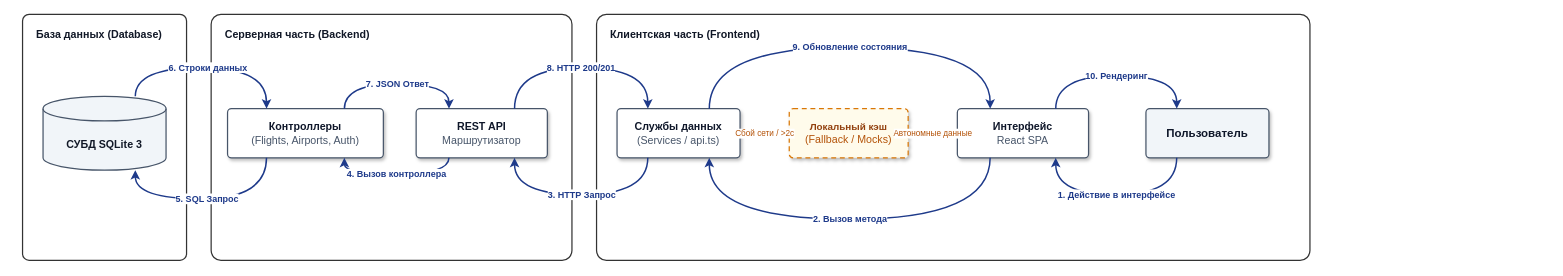
Shonni123/RPI_Kurs keeps this draw.io diagram as docs/request_flow_diagram.drawio. Above is the earlier version. Source tidied: cells renumbered, new cells numbered last; positions are measured from the earlier drawing's top-left corner, leaving out a move shared by most shapes. Both pictures are drawn from the tidied source at 82%, with x=0, y=0 at pixel (22, 14).
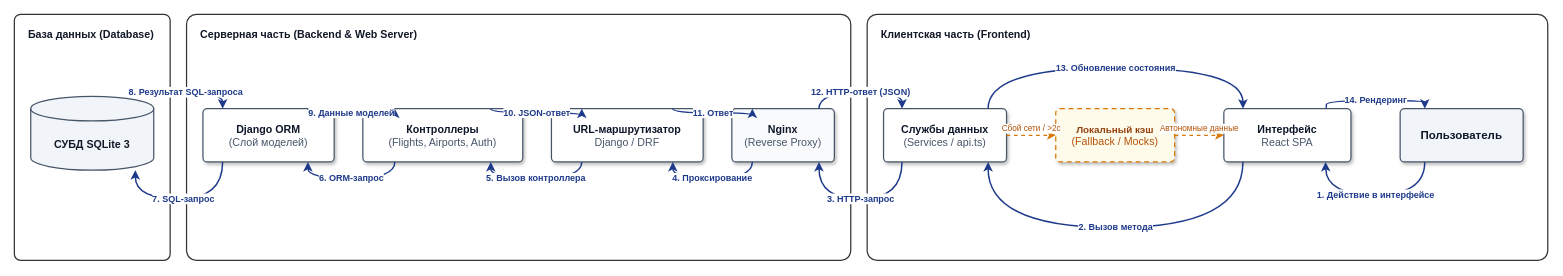
The same page after the edit.

Change to the diagram source:
```diff
@@
     <mxCell id="2" value="База данных (Database)" style="rounded=1;whiteSpace=wrap;html=1;arcSize=4;fillColor=#FFFFFF;strokeColor=#333333;strokeWidth=1.5;verticalAlign=top;align=left;spacingLeft=15;spacingTop=10;fontStyle=1;fontSize=13;fontColor=#111827;" parent="1" vertex="1">
-      <mxGeometry width="200" height="300" as="geometry" />
+      <mxGeometry x="-10" width="190" height="300" as="geometry" />
     </mxCell>
     <mxCell id="3" value="&lt;b&gt;СУБД SQLite 3&lt;/b&gt;" style="shape=cylinder3;whiteSpace=wrap;html=1;boundedLbl=1;backgroundOutline=1;size=15;fillColor=#F1F5F9;strokeColor=#475569;strokeWidth=1.5;fontColor=#111827;fontSize=13;" parent="1" vertex="1">
-      <mxGeometry x="25" y="100" width="150" height="90" as="geometry" />
+      <mxGeometry x="10" y="100" width="150" height="90" as="geometry" />
     </mxCell>
-    <mxCell id="4" value="Серверная часть (Backend)" style="rounded=1;whiteSpace=wrap;html=1;arcSize=4;fillColor=#FFFFFF;strokeColor=#333333;strokeWidth=1.5;verticalAlign=top;align=left;spacingLeft=15;spacingTop=10;fontStyle=1;fontSize=13;fontColor=#111827;" parent="1" vertex="1">
-      <mxGeometry x="230" width="440" height="300" as="geometry" />
+    <mxCell id="4" value="Серверная часть (Backend &amp; Web Server)" style="rounded=1;whiteSpace=wrap;html=1;arcSize=4;fillColor=#FFFFFF;strokeColor=#333333;strokeWidth=1.5;verticalAlign=top;align=left;spacingLeft=15;spacingTop=10;fontStyle=1;fontSize=13;fontColor=#111827;" parent="1" vertex="1">
+      <mxGeometry x="200" width="810" height="300" as="geometry" />
     </mxCell>
+    <mxCell id="24" value="&lt;b&gt;Django ORM&lt;/b&gt;&lt;br&gt;&lt;font color=&quot;#475569&quot; size=&quot;2&quot;&gt;(Слой моделей)&lt;/font&gt;" style="rounded=1;whiteSpace=wrap;html=1;arcSize=8;fillColor=#FFFFFF;strokeColor=#475569;strokeWidth=1.5;fontColor=#0F172A;fontSize=13;shadow=1;" parent="1" vertex="1">
+      <mxGeometry x="220" y="115" width="160" height="65" as="geometry" />
+    </mxCell>
     <mxCell id="5" value="&lt;b&gt;Контроллеры&lt;/b&gt;&lt;br&gt;&lt;font color=&quot;#475569&quot; size=&quot;2&quot;&gt;(Flights, Airports, Auth)&lt;/font&gt;" style="rounded=1;whiteSpace=wrap;html=1;arcSize=8;fillColor=#FFFFFF;strokeColor=#475569;strokeWidth=1.5;fontColor=#0F172A;fontSize=13;shadow=1;" parent="1" vertex="1">
-      <mxGeometry x="250" y="115" width="190" height="60" as="geometry" />
+      <mxGeometry x="415" y="115" width="195" height="65" as="geometry" />
     </mxCell>
-    <mxCell id="6" value="&lt;b&gt;REST API&lt;/b&gt;&lt;br&gt;&lt;font color=&quot;#475569&quot; size=&quot;2&quot;&gt;Маршрутизатор&lt;/font&gt;" style="rounded=1;whiteSpace=wrap;html=1;arcSize=8;fillColor=#FFFFFF;strokeColor=#475569;strokeWidth=1.5;fontColor=#0F172A;fontSize=13;shadow=1;" parent="1" vertex="1">
-      <mxGeometry x="480" y="115" width="160" height="60" as="geometry" />
+    <mxCell id="6" value="&lt;b&gt;URL-маршрутизатор&lt;/b&gt;&lt;br&gt;&lt;font color=&quot;#475569&quot; size=&quot;2&quot;&gt;Django / DRF&lt;/font&gt;" style="rounded=1;whiteSpace=wrap;html=1;arcSize=8;fillColor=#FFFFFF;strokeColor=#475569;strokeWidth=1.5;fontColor=#0F172A;fontSize=13;shadow=1;" parent="1" vertex="1">
+      <mxGeometry x="645" y="115" width="185" height="65" as="geometry" />
     </mxCell>
+    <mxCell id="25" value="&lt;b&gt;Nginx&lt;/b&gt;&lt;br&gt;&lt;font color=&quot;#475569&quot; size=&quot;2&quot;&gt;(Reverse Proxy)&lt;/font&gt;" style="rounded=1;whiteSpace=wrap;html=1;arcSize=8;fillColor=#F8FAFC;strokeColor=#475569;strokeWidth=1.5;fontColor=#0F172A;fontSize=13;shadow=1;" parent="1" vertex="1">
+      <mxGeometry x="865" y="115" width="125" height="65" as="geometry" />
+    </mxCell>
     <mxCell id="7" value="Клиентская часть (Frontend)" style="rounded=1;whiteSpace=wrap;html=1;arcSize=4;fillColor=#FFFFFF;strokeColor=#333333;strokeWidth=1.5;verticalAlign=top;align=left;spacingLeft=15;spacingTop=10;fontStyle=1;fontSize=13;fontColor=#111827;" parent="1" vertex="1">
-      <mxGeometry x="700" width="870" height="300" as="geometry" />
+      <mxGeometry x="1030" width="830" height="300" as="geometry" />
     </mxCell>
     <mxCell id="8" value="&lt;b&gt;Службы данных&lt;/b&gt;&lt;br&gt;&lt;font color=&quot;#475569&quot; size=&quot;2&quot;&gt;(Services / api.ts)&lt;/font&gt;" style="rounded=1;whiteSpace=wrap;html=1;arcSize=8;fillColor=#FFFFFF;strokeColor=#475569;strokeWidth=1.5;fontColor=#0F172A;fontSize=13;shadow=1;" parent="1" vertex="1">
-      <mxGeometry x="725" y="115" width="150" height="60" as="geometry" />
+      <mxGeometry x="1050" y="115" width="150" height="65" as="geometry" />
     </mxCell>
     <mxCell id="9" value="&lt;b&gt;Локальный кэш&lt;/b&gt;&lt;br&gt;&lt;font color=&quot;#B45309&quot; size=&quot;2&quot;&gt;(Fallback / Mocks)&lt;/font&gt;" style="rounded=1;whiteSpace=wrap;html=1;arcSize=8;dashed=1;dashPattern=4 3;fillColor=#FFFBEB;strokeColor=#D97706;strokeWidth=1.5;fontColor=#92400E;fontSize=12;shadow=1;" parent="1" vertex="1">
-      <mxGeometry x="935" y="115" width="145" height="60" as="geometry" />
+      <mxGeometry x="1260" y="115" width="145" height="65" as="geometry" />
     </mxCell>
     <mxCell id="10" value="&lt;b&gt;Интерфейс&lt;/b&gt;&lt;br&gt;&lt;font color=&quot;#475569&quot; size=&quot;2&quot;&gt;React SPA&lt;/font&gt;" style="rounded=1;whiteSpace=wrap;html=1;arcSize=8;fillColor=#FFFFFF;strokeColor=#475569;strokeWidth=1.5;fontColor=#0F172A;fontSize=13;shadow=1;" parent="1" vertex="1">
-      <mxGeometry x="1140" y="115" width="160" height="60" as="geometry" />
+      <mxGeometry x="1465" y="115" width="155" height="65" as="geometry" />
     </mxCell>
     <mxCell id="11" value="&lt;b&gt;Пользователь&lt;/b&gt;" style="rounded=1;whiteSpace=wrap;html=1;arcSize=8;fillColor=#F1F5F9;strokeColor=#475569;strokeWidth=1.5;fontColor=#0F172A;fontSize=14;shadow=1;" parent="1" vertex="1">
-      <mxGeometry x="1370" y="115" width="150" height="60" as="geometry" />
+      <mxGeometry x="1680" y="115" width="150" height="65" as="geometry" />
     </mxCell>
-    <mxCell id="12" value="1. Действие в интерфейсе" style="edgeStyle=orthogonalEdgeStyle;curved=1;jettySize=auto;html=1;exitX=0.25;exitY=1;entryX=0.75;entryY=1;strokeColor=#1E3A8A;strokeWidth=1.8;fontColor=#1E3A8A;fontStyle=1;fontSize=11;" parent="1" edge="1" source="11" target="10">
+    <mxCell id="12" value="1. Действие в интерфейсе" style="edgeStyle=orthogonalEdgeStyle;curved=1;jettySize=auto;html=1;exitX=0.2;exitY=1;entryX=0.8;entryY=1;strokeColor=#1E3A8A;strokeWidth=1.8;fontColor=#1E3A8A;fontStyle=1;fontSize=11;" parent="1" edge="1" source="11" target="10">
       <mxGeometry relative="1" as="geometry">
         <Array as="points">
-          <mxPoint x="1408" y="220" />
-          <mxPoint x="1260" y="220" />
+          <mxPoint x="1710" y="220" />
+          <mxPoint x="1590" y="220" />
         </Array>
       </mxGeometry>
     </mxCell>
-    <mxCell id="13" value="2. Вызов метода" style="edgeStyle=orthogonalEdgeStyle;curved=1;jettySize=auto;html=1;exitX=0.25;exitY=1;entryX=0.75;entryY=1;strokeColor=#1E3A8A;strokeWidth=1.8;fontColor=#1E3A8A;fontStyle=1;fontSize=11;" parent="1" edge="1" source="10" target="8">
+    <mxCell id="13" value="2. Вызов метода" style="edgeStyle=orthogonalEdgeStyle;curved=1;jettySize=auto;html=1;exitX=0.15;exitY=1;entryX=0.85;entryY=1;strokeColor=#1E3A8A;strokeWidth=1.8;fontColor=#1E3A8A;fontStyle=1;fontSize=11;" parent="1" edge="1" source="10" target="8">
       <mxGeometry relative="1" as="geometry">
         <Array as="points">
-          <mxPoint x="1180" y="250" />
-          <mxPoint x="838" y="250" />
+          <mxPoint x="1488" y="260" />
+          <mxPoint x="1178" y="260" />
         </Array>
       </mxGeometry>
     </mxCell>
-    <mxCell id="14" value="3. HTTP Запрос" style="edgeStyle=orthogonalEdgeStyle;curved=1;jettySize=auto;html=1;exitX=0.25;exitY=1;entryX=0.75;entryY=1;strokeColor=#1E3A8A;strokeWidth=1.8;fontColor=#1E3A8A;fontStyle=1;fontSize=11;" parent="1" edge="1" source="8" target="6">
+    <mxCell id="14" value="3. HTTP-запрос" style="edgeStyle=orthogonalEdgeStyle;curved=1;jettySize=auto;html=1;exitX=0.15;exitY=1;entryX=0.85;entryY=1;strokeColor=#1E3A8A;strokeWidth=1.8;fontColor=#1E3A8A;fontStyle=1;fontSize=11;" parent="1" edge="1" source="8" target="25">
       <mxGeometry relative="1" as="geometry">
         <Array as="points">
-          <mxPoint x="763" y="220" />
-          <mxPoint x="600" y="220" />
+          <mxPoint x="1072" y="225" />
+          <mxPoint x="971" y="225" />
         </Array>
       </mxGeometry>
     </mxCell>
-    <mxCell id="15" value="4. Вызов контроллера" style="edgeStyle=orthogonalEdgeStyle;curved=1;jettySize=auto;html=1;exitX=0.25;exitY=1;entryX=0.75;entryY=1;strokeColor=#1E3A8A;strokeWidth=1.8;fontColor=#1E3A8A;fontStyle=1;fontSize=11;" parent="1" edge="1" source="6" target="5">
+    <mxCell id="15" value="4. Проксирование" style="edgeStyle=orthogonalEdgeStyle;curved=1;jettySize=auto;html=1;exitX=0.2;exitY=1;entryX=0.8;entryY=1;strokeColor=#1E3A8A;strokeWidth=1.8;fontColor=#1E3A8A;fontStyle=1;fontSize=11;" parent="1" edge="1" source="25" target="6">
       <mxGeometry relative="1" as="geometry">
         <Array as="points">
-          <mxPoint x="520" y="195" />
-          <mxPoint x="393" y="195" />
+          <mxPoint x="890" y="200" />
+          <mxPoint x="793" y="200" />
         </Array>
       </mxGeometry>
     </mxCell>
-    <mxCell id="16" value="5. SQL Запрос" style="edgeStyle=orthogonalEdgeStyle;curved=1;jettySize=auto;html=1;exitX=0.25;exitY=1;entryX=0.75;entryY=1;strokeColor=#1E3A8A;strokeWidth=1.8;fontColor=#1E3A8A;fontStyle=1;fontSize=11;" parent="1" edge="1" source="5" target="3">
+    <mxCell id="16" value="5. Вызов контроллера" style="edgeStyle=orthogonalEdgeStyle;curved=1;jettySize=auto;html=1;exitX=0.2;exitY=1;entryX=0.8;entryY=1;strokeColor=#1E3A8A;strokeWidth=1.8;fontColor=#1E3A8A;fontStyle=1;fontSize=11;" parent="1" edge="1" source="6" target="5">
       <mxGeometry relative="1" as="geometry">
         <Array as="points">
-          <mxPoint x="298" y="225" />
-          <mxPoint x="138" y="225" />
+          <mxPoint x="682" y="200" />
+          <mxPoint x="571" y="200" />
         </Array>
       </mxGeometry>
     </mxCell>
-    <mxCell id="17" value="6. Строки данных" style="edgeStyle=orthogonalEdgeStyle;curved=1;jettySize=auto;html=1;exitX=0.75;exitY=0;entryX=0.25;entryY=0;strokeColor=#1E3A8A;strokeWidth=1.8;fontColor=#1E3A8A;fontStyle=1;fontSize=11;" parent="1" edge="1" source="3" target="5">
+    <mxCell id="17" value="6. ORM-запрос" style="edgeStyle=orthogonalEdgeStyle;curved=1;jettySize=auto;html=1;exitX=0.2;exitY=1;entryX=0.8;entryY=1;strokeColor=#1E3A8A;strokeWidth=1.8;fontColor=#1E3A8A;fontStyle=1;fontSize=11;" parent="1" edge="1" source="5" target="24">
       <mxGeometry relative="1" as="geometry">
         <Array as="points">
-          <mxPoint x="138" y="65" />
-          <mxPoint x="298" y="65" />
+          <mxPoint x="454" y="200" />
+          <mxPoint x="348" y="200" />
         </Array>
       </mxGeometry>
     </mxCell>
-    <mxCell id="18" value="7. JSON Ответ" style="edgeStyle=orthogonalEdgeStyle;curved=1;jettySize=auto;html=1;exitX=0.75;exitY=0;entryX=0.25;entryY=0;strokeColor=#1E3A8A;strokeWidth=1.8;fontColor=#1E3A8A;fontStyle=1;fontSize=11;" parent="1" edge="1" source="5" target="6">
+    <mxCell id="18" value="7. SQL-запрос" style="edgeStyle=orthogonalEdgeStyle;curved=1;jettySize=auto;html=1;exitX=0.15;exitY=1;entryX=0.85;entryY=1;strokeColor=#1E3A8A;strokeWidth=1.8;fontColor=#1E3A8A;fontStyle=1;fontSize=11;" parent="1" edge="1" source="24" target="3">
       <mxGeometry relative="1" as="geometry">
         <Array as="points">
-          <mxPoint x="393" y="85" />
-          <mxPoint x="520" y="85" />
+          <mxPoint x="244" y="225" />
+          <mxPoint x="138" y="225" />
         </Array>
       </mxGeometry>
     </mxCell>
-    <mxCell id="19" value="8. HTTP 200/201" style="edgeStyle=orthogonalEdgeStyle;curved=1;jettySize=auto;html=1;exitX=0.75;exitY=0;entryX=0.25;entryY=0;strokeColor=#1E3A8A;strokeWidth=1.8;fontColor=#1E3A8A;fontStyle=1;fontSize=11;" parent="1" edge="1" source="6" target="8">
+    <mxCell id="19" value="8. Результат SQL-запроса" style="edgeStyle=orthogonalEdgeStyle;curved=1;jettySize=auto;html=1;exitX=0.85;exitY=0;entryX=0.15;entryY=0;strokeColor=#1E3A8A;strokeWidth=1.8;fontColor=#1E3A8A;fontStyle=1;fontSize=11;" parent="1" edge="1" source="3" target="24">
       <mxGeometry relative="1" as="geometry">
         <Array as="points">
-          <mxPoint x="600" y="65" />
-          <mxPoint x="763" y="65" />
+          <mxPoint x="138" y="95" />
+          <mxPoint x="244" y="95" />
         </Array>
       </mxGeometry>
     </mxCell>
-    <mxCell id="20" value="9. Обновление состояния" style="edgeStyle=orthogonalEdgeStyle;curved=1;jettySize=auto;html=1;exitX=0.75;exitY=0;entryX=0.25;entryY=0;strokeColor=#1E3A8A;strokeWidth=1.8;fontColor=#1E3A8A;fontStyle=1;fontSize=11;" parent="1" edge="1" source="8" target="10">
+    <mxCell id="20" value="9. Данные моделей" style="edgeStyle=orthogonalEdgeStyle;curved=1;jettySize=auto;html=1;exitX=0.8;exitY=0;entryX=0.2;entryY=0;strokeColor=#1E3A8A;strokeWidth=1.8;fontColor=#1E3A8A;fontStyle=1;fontSize=11;" parent="1" edge="1" source="24" target="5">
       <mxGeometry relative="1" as="geometry">
         <Array as="points">
-          <mxPoint x="838" y="40" />
-          <mxPoint x="1180" y="40" />
+          <mxPoint x="348" y="120" />
+          <mxPoint x="454" y="120" />
         </Array>
       </mxGeometry>
     </mxCell>
-    <mxCell id="21" value="10. Рендеринг" style="edgeStyle=orthogonalEdgeStyle;curved=1;jettySize=auto;html=1;exitX=0.75;exitY=0;entryX=0.25;entryY=0;strokeColor=#1E3A8A;strokeWidth=1.8;fontColor=#1E3A8A;fontStyle=1;fontSize=11;" parent="1" edge="1" source="10" target="11">
+    <mxCell id="21" value="10. JSON-ответ" style="edgeStyle=orthogonalEdgeStyle;curved=1;jettySize=auto;html=1;exitX=0.8;exitY=0;entryX=0.2;entryY=0;strokeColor=#1E3A8A;strokeWidth=1.8;fontColor=#1E3A8A;fontStyle=1;fontSize=11;" parent="1" edge="1" source="5" target="6">
       <mxGeometry relative="1" as="geometry">
         <Array as="points">
-          <mxPoint x="1260" y="75" />
-          <mxPoint x="1408" y="75" />
+          <mxPoint x="571" y="120" />
+          <mxPoint x="682" y="120" />
         </Array>
       </mxGeometry>
     </mxCell>
+    <mxCell id="26" value="11. Ответ" style="edgeStyle=orthogonalEdgeStyle;curved=1;jettySize=auto;html=1;exitX=0.8;exitY=0;entryX=0.2;entryY=0;strokeColor=#1E3A8A;strokeWidth=1.8;fontColor=#1E3A8A;fontStyle=1;fontSize=11;" parent="1" edge="1" source="6" target="25">
+      <mxGeometry relative="1" as="geometry">
+        <Array as="points">
+          <mxPoint x="793" y="120" />
+          <mxPoint x="890" y="120" />
+        </Array>
+      </mxGeometry>
+    </mxCell>
+    <mxCell id="27" value="12. HTTP-ответ (JSON)" style="edgeStyle=orthogonalEdgeStyle;curved=1;jettySize=auto;html=1;exitX=0.85;exitY=0;entryX=0.15;entryY=0;strokeColor=#1E3A8A;strokeWidth=1.8;fontColor=#1E3A8A;fontStyle=1;fontSize=11;" parent="1" edge="1" source="25" target="8">
+      <mxGeometry relative="1" as="geometry">
+        <Array as="points">
+          <mxPoint x="971" y="95" />
+          <mxPoint x="1072" y="95" />
+        </Array>
+      </mxGeometry>
+    </mxCell>
+    <mxCell id="28" value="13. Обновление состояния" style="edgeStyle=orthogonalEdgeStyle;curved=1;jettySize=auto;html=1;exitX=0.85;exitY=0;entryX=0.15;entryY=0;strokeColor=#1E3A8A;strokeWidth=1.8;fontColor=#1E3A8A;fontStyle=1;fontSize=11;" parent="1" edge="1" source="8" target="10">
+      <mxGeometry relative="1" as="geometry">
+        <Array as="points">
+          <mxPoint x="1178" y="65" />
+          <mxPoint x="1488" y="65" />
+        </Array>
+      </mxGeometry>
+    </mxCell>
+    <mxCell id="29" value="14. Рендеринг" style="edgeStyle=orthogonalEdgeStyle;curved=1;jettySize=auto;html=1;exitX=0.8;exitY=0;entryX=0.2;entryY=0;strokeColor=#1E3A8A;strokeWidth=1.8;fontColor=#1E3A8A;fontStyle=1;fontSize=11;" parent="1" edge="1" source="10" target="11">
+      <mxGeometry relative="1" as="geometry">
+        <Array as="points">
+          <mxPoint x="1590" y="105" />
+          <mxPoint x="1710" y="105" />
+        </Array>
+      </mxGeometry>
+    </mxCell>
-    <mxCell id="22" value="Сбой сети / &gt;2c" style="html=1;strokeColor=#D97706;strokeWidth=1.4;dashed=1;dashPattern=3 3;fontColor=#B45309;fontSize=10;exitX=1;exitY=0.5;entryX=0;entryY=0.5;" parent="1" edge="1" source="8" target="9">
+    <mxCell id="22" value="Сбой сети / &gt;2с" style="edgeStyle=orthogonalEdgeStyle;html=1;dashed=1;dashPattern=3 3;strokeColor=#D97706;strokeWidth=1.5;fontColor=#B45309;fontSize=10;verticalAlign=bottom;" parent="1" edge="1" source="8" target="9">
       <mxGeometry relative="1" as="geometry" />
     </mxCell>
-    <mxCell id="23" value="Автономные данные" style="html=1;strokeColor=#D97706;strokeWidth=1.4;dashed=1;dashPattern=3 3;fontColor=#B45309;fontSize=10;exitX=1;exitY=0.5;entryX=0;entryY=0.5;" parent="1" edge="1" source="9" target="10">
+    <mxCell id="23" value="Автономные данные" style="edgeStyle=orthogonalEdgeStyle;html=1;dashed=1;dashPattern=3 3;strokeColor=#D97706;strokeWidth=1.5;fontColor=#B45309;fontSize=10;verticalAlign=bottom;" parent="1" edge="1" source="9" target="10">
       <mxGeometry relative="1" as="geometry" />
     </mxCell>
```
